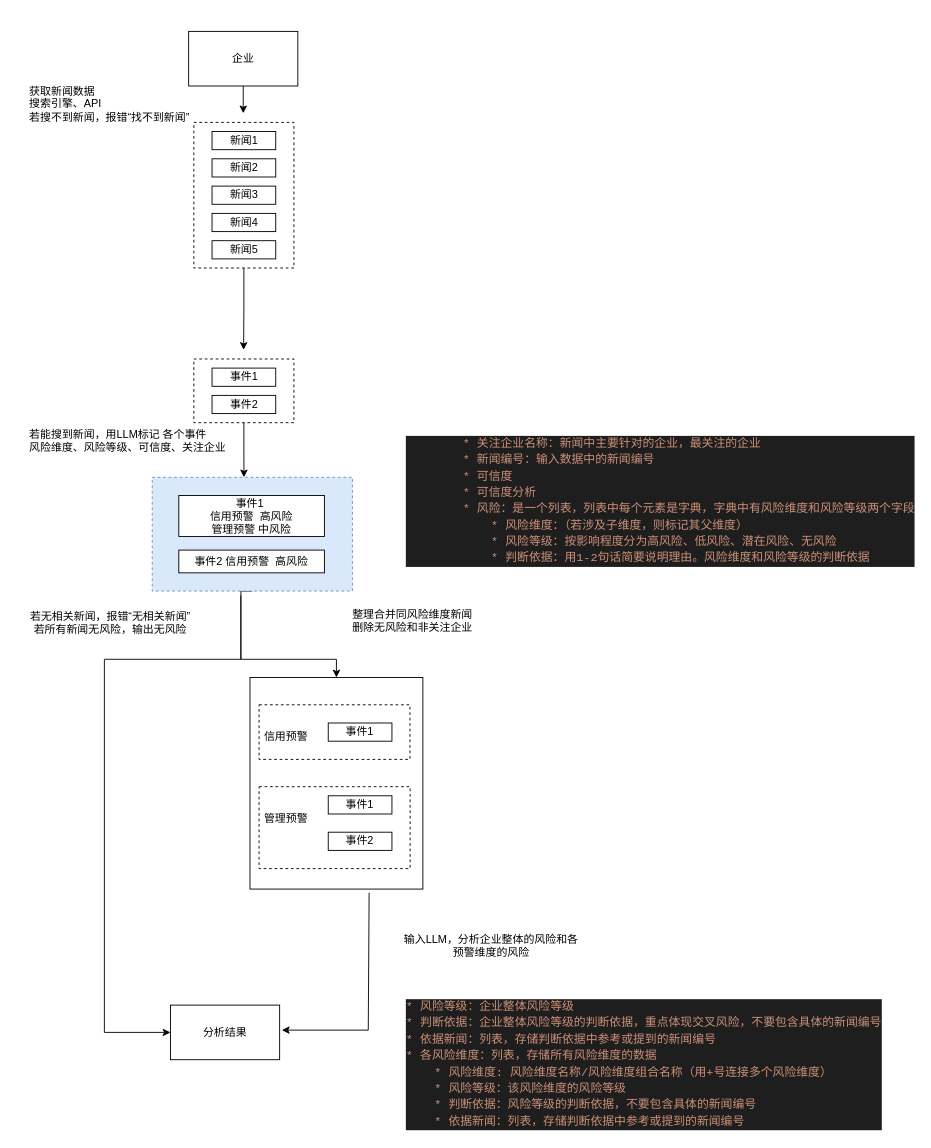
Earlier version of the draw.io diagram page "整体和各维度分析-事件版" (3 of 4) of 舆情分析.drawio (brothermaster/draw). Source tidied: cells renumbered, new cells numbered last; positions are measured from the earlier drawing's top-left corner, leaving out a move shared by most shapes. Both pictures are drawn from the tidied source at 91%, with x=0, y=0 at pixel (15, 31).
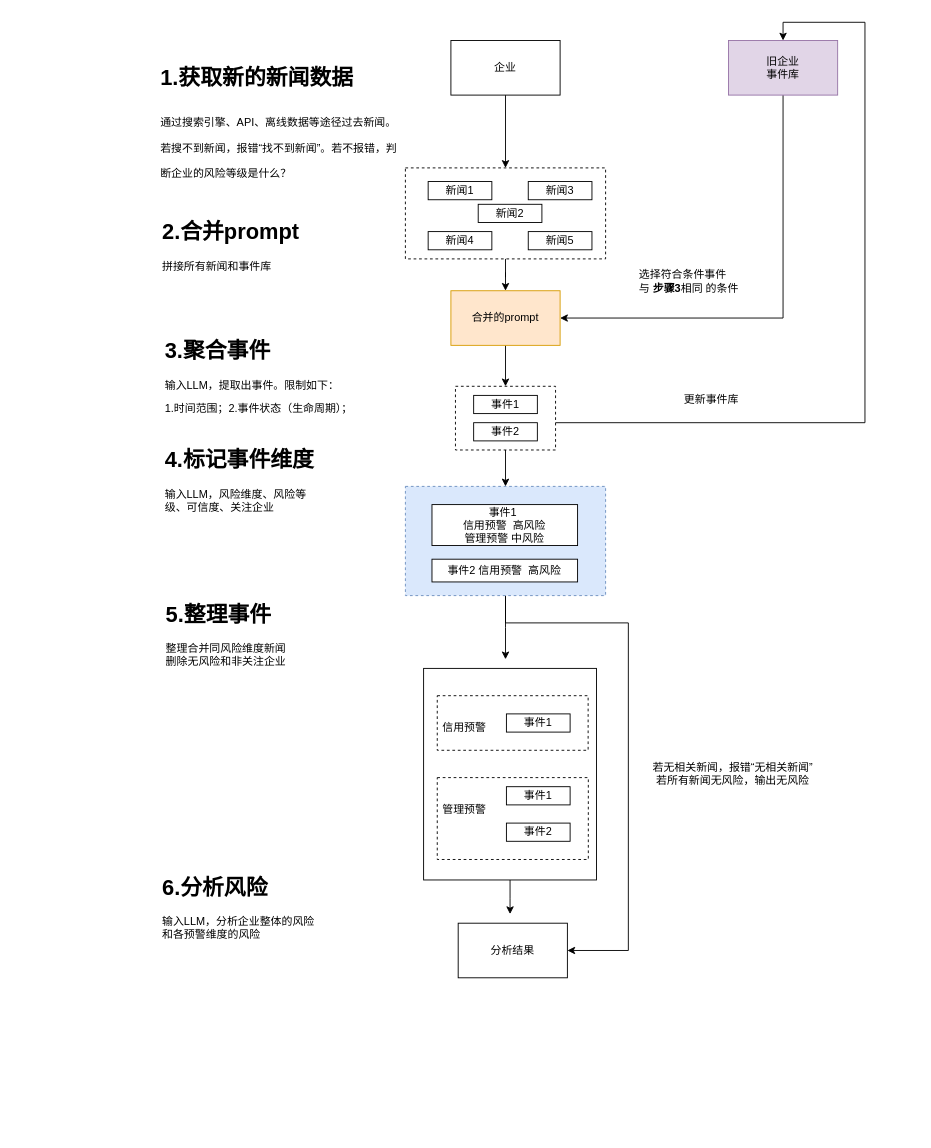
After the change.

The edit, as a diff of the source:
```diff
@@
-    <mxCell id="2" style="edgeStyle=orthogonalEdgeStyle;rounded=0;jettySize=auto;html=1;exitX=0.689;exitY=1.017;exitDx=0;exitDy=0;exitPerimeter=0;" parent="1" edge="1" source="3">
-      <mxGeometry relative="1" as="geometry">
-        <mxPoint x="293.2" y="1097.5" as="targetPoint" />
-        <Array as="points">
-          <mxPoint x="389.2" y="950" />
-          <mxPoint x="388.2" y="1098" />
-        </Array>
-      </mxGeometry>
-    </mxCell>
+    <mxCell id="37" style="edgeStyle=orthogonalEdgeStyle;rounded=0;jettySize=auto;html=1;" parent="1" edge="1" source="3">
+      <mxGeometry relative="1" as="geometry">
+        <mxPoint x="544" y="970" as="targetPoint" />
+      </mxGeometry>
+    </mxCell>
     <mxCell id="3" style="rounded=0;whiteSpace=wrap;html=1;" parent="1" vertex="1">
-      <mxGeometry x="258.2" y="710" width="190" height="232.5" as="geometry" />
+      <mxGeometry x="449" y="700" width="190" height="232.5" as="geometry" />
     </mxCell>
     <mxCell id="4" style="rounded=0;whiteSpace=wrap;html=1;dashed=1;" parent="1" vertex="1">
-      <mxGeometry x="268.2" y="830" width="166" height="90" as="geometry" />
+      <mxGeometry x="464" y="820" width="166" height="90" as="geometry" />
     </mxCell>
     <mxCell id="5" style="rounded=0;whiteSpace=wrap;html=1;dashed=1;" parent="1" vertex="1">
-      <mxGeometry x="268.2" y="740" width="165.8" height="60" as="geometry" />
+      <mxGeometry x="464" y="730" width="165.8" height="60" as="geometry" />
     </mxCell>
-    <mxCell id="6" style="edgeStyle=orthogonalEdgeStyle;rounded=0;jettySize=auto;html=1;" parent="1" edge="1" source="7">
-      <mxGeometry relative="1" as="geometry">
-        <mxPoint x="251.2" y="350" as="targetPoint" />
-      </mxGeometry>
-    </mxCell>
+    <mxCell id="38" style="edgeStyle=orthogonalEdgeStyle;rounded=0;jettySize=auto;html=1;entryX=0.5;entryY=0;entryDx=0;entryDy=0;" parent="1" edge="1" source="7" target="48">
+      <mxGeometry relative="1" as="geometry" />
+    </mxCell>
     <mxCell id="7" style="rounded=0;whiteSpace=wrap;html=1;dashed=1;fillColor=none;" parent="1" vertex="1">
-      <mxGeometry x="196.5" y="100" width="110" height="160" as="geometry" />
+      <mxGeometry x="429" y="150" width="220" height="100" as="geometry" />
     </mxCell>
     <mxCell id="8" value="新闻5" style="rounded=0;whiteSpace=wrap;html=1;" parent="1" vertex="1">
-      <mxGeometry x="216.5" y="230" width="70" height="20" as="geometry" />
+      <mxGeometry x="564" y="220" width="70" height="20" as="geometry" />
     </mxCell>
     <mxCell id="9" value="新闻4" style="rounded=0;whiteSpace=wrap;html=1;" parent="1" vertex="1">
-      <mxGeometry x="216.5" y="200" width="70" height="20" as="geometry" />
+      <mxGeometry x="454" y="220" width="70" height="20" as="geometry" />
     </mxCell>
     <mxCell id="10" value="新闻3" style="rounded=0;whiteSpace=wrap;html=1;" parent="1" vertex="1">
-      <mxGeometry x="216.5" y="170" width="70" height="20" as="geometry" />
+      <mxGeometry x="564" y="165" width="70" height="20" as="geometry" />
     </mxCell>
     <mxCell id="11" value="新闻2" style="rounded=0;whiteSpace=wrap;html=1;" parent="1" vertex="1">
-      <mxGeometry x="216.5" y="140" width="70" height="20" as="geometry" />
+      <mxGeometry x="509" y="190" width="70" height="20" as="geometry" />
     </mxCell>
     <mxCell id="12" value="新闻1" style="rounded=0;whiteSpace=wrap;html=1;" parent="1" vertex="1">
-      <mxGeometry x="216.5" y="110" width="70" height="20" as="geometry" />
+      <mxGeometry x="454" y="165" width="70" height="20" as="geometry" />
     </mxCell>
-    <mxCell id="13" value="若能搜到新闻，用LLM标记 各个事件&lt;div&gt;风险维度、风险等级、可信度、关注企业&lt;/div&gt;" style="text;html=1;align=left;verticalAlign=middle;whiteSpace=wrap;rounded=0;" parent="1" vertex="1">
-      <mxGeometry x="14" y="430" width="224.2" height="40" as="geometry" />
-    </mxCell>
     <mxCell id="14" value="信用预警" style="text;html=1;align=center;verticalAlign=middle;whiteSpace=wrap;rounded=0;" parent="1" vertex="1">
-      <mxGeometry x="268.2" y="760" width="60" height="30" as="geometry" />
+      <mxGeometry x="464" y="750" width="60" height="30" as="geometry" />
     </mxCell>
     <mxCell id="15" value="管理预警" style="text;html=1;align=center;verticalAlign=middle;whiteSpace=wrap;rounded=0;" parent="1" vertex="1">
-      <mxGeometry x="268.2" y="850" width="60" height="30" as="geometry" />
+      <mxGeometry x="464" y="840" width="60" height="30" as="geometry" />
     </mxCell>
     <mxCell id="16" value="事件1" style="rounded=0;whiteSpace=wrap;html=1;" parent="1" vertex="1">
-      <mxGeometry x="344.2" y="760" width="70" height="20" as="geometry" />
+      <mxGeometry x="540" y="750" width="70" height="20" as="geometry" />
     </mxCell>
     <mxCell id="17" value="事件1" style="rounded=0;whiteSpace=wrap;html=1;" parent="1" vertex="1">
-      <mxGeometry x="344.2" y="840" width="70" height="20" as="geometry" />
+      <mxGeometry x="540" y="830" width="70" height="20" as="geometry" />
     </mxCell>
     <mxCell id="18" value="事件2" style="rounded=0;whiteSpace=wrap;html=1;" parent="1" vertex="1">
-      <mxGeometry x="344.2" y="880" width="70" height="20" as="geometry" />
+      <mxGeometry x="540" y="870" width="70" height="20" as="geometry" />
     </mxCell>
-    <mxCell id="19" value="整理合并同风险维度新闻&lt;br&gt;删除无风险和非关注企业&lt;div&gt;&lt;br&gt;&lt;/div&gt;" style="text;html=1;align=center;verticalAlign=middle;whiteSpace=wrap;rounded=0;" parent="1" vertex="1">
-      <mxGeometry x="340" y="640" width="194" height="30" as="geometry" />
-    </mxCell>
-    <mxCell id="20" style="edgeStyle=orthogonalEdgeStyle;rounded=0;jettySize=auto;html=1;exitX=0.5;exitY=1;exitDx=0;exitDy=0;" parent="1" edge="1" source="22" target="3">
-      <mxGeometry relative="1" as="geometry">
-        <Array as="points">
-          <mxPoint x="248.2" y="615" />
-          <mxPoint x="248.2" y="690" />
-          <mxPoint x="353.2" y="690" />
-        </Array>
-      </mxGeometry>
-    </mxCell>
-    <mxCell id="21" style="edgeStyle=orthogonalEdgeStyle;rounded=0;jettySize=auto;html=1;entryX=0;entryY=0.5;entryDx=0;entryDy=0;" parent="1" edge="1" target="30">
-      <mxGeometry relative="1" as="geometry">
-        <mxPoint x="248.2" y="620" as="sourcePoint" />
-        <Array as="points">
-          <mxPoint x="248.2" y="690" />
-          <mxPoint x="98.2" y="690" />
-          <mxPoint x="98.2" y="1100" />
-        </Array>
-      </mxGeometry>
-    </mxCell>
+    <mxCell id="39" style="edgeStyle=orthogonalEdgeStyle;rounded=0;jettySize=auto;html=1;" parent="1" edge="1" source="22">
+      <mxGeometry relative="1" as="geometry">
+        <mxPoint x="539" y="690" as="targetPoint" />
+      </mxGeometry>
+    </mxCell>
+    <mxCell id="40" style="edgeStyle=orthogonalEdgeStyle;rounded=0;jettySize=auto;html=1;entryX=1;entryY=0.5;entryDx=0;entryDy=0;" parent="1" edge="1" source="22" target="30">
+      <mxGeometry relative="1" as="geometry">
+        <Array as="points">
+          <mxPoint x="539" y="650" />
+          <mxPoint x="674" y="650" />
+          <mxPoint x="674" y="1010" />
+        </Array>
+      </mxGeometry>
+    </mxCell>
     <mxCell id="22" style="rounded=0;whiteSpace=wrap;html=1;dashed=1;fillColor=#dae8fc;strokeColor=#6c8ebf;" parent="1" vertex="1">
-      <mxGeometry x="150.8" y="490" width="220" height="125" as="geometry" />
+      <mxGeometry x="429" y="500" width="220" height="120" as="geometry" />
     </mxCell>
     <mxCell id="23" value="事件2 信用预警&amp;nbsp; 高风险" style="rounded=0;whiteSpace=wrap;html=1;" parent="1" vertex="1">
-      <mxGeometry x="180" y="570" width="160" height="25" as="geometry" />
+      <mxGeometry x="458.2" y="580" width="160" height="25" as="geometry" />
     </mxCell>
     <mxCell id="24" value="事件1&amp;nbsp;&lt;div&gt;信用预警&amp;nbsp; 高风险&lt;div&gt;管理预警 中风险&lt;/div&gt;&lt;/div&gt;" style="rounded=0;whiteSpace=wrap;html=1;" parent="1" vertex="1">
-      <mxGeometry x="180" y="510" width="160" height="45" as="geometry" />
+      <mxGeometry x="458.2" y="520" width="160" height="45" as="geometry" />
     </mxCell>
-    <mxCell id="25" value="输入LLM，分析企业整体的风险和各预警维度的风险" style="text;html=1;align=center;verticalAlign=middle;whiteSpace=wrap;rounded=0;" parent="1" vertex="1">
-      <mxGeometry x="422.2" y="980" width="202.5" height="50" as="geometry" />
-    </mxCell>
-    <mxCell id="26" value="&lt;div style=&quot;color: rgb(212, 212, 212); font-family: Consolas, &amp;quot;Courier New&amp;quot;, monospace; font-size: 13px; line-height: 18px; white-space: pre;&quot;&gt;&lt;div style=&quot;&quot;&gt;&lt;div style=&quot;background-color: rgb(30, 30, 30); line-height: 18px;&quot;&gt;&lt;div&gt;&lt;span style=&quot;color: #ce9178;&quot;&gt;* 风险等级：企业整体风险等级 &lt;/span&gt;&lt;/div&gt;&lt;div&gt;&lt;span style=&quot;color: #ce9178;&quot;&gt;* 判断依据：企业整体风险等级的判断依据，重点体现交叉风险，不要包含具体的新闻编号&lt;/span&gt;&lt;/div&gt;&lt;div&gt;&lt;span style=&quot;color: #ce9178;&quot;&gt;* 依据新闻：列表，存储判断依据中参考或提到的新闻编号&lt;/span&gt;&lt;/div&gt;&lt;div&gt;&lt;span style=&quot;color: #ce9178;&quot;&gt;* 各风险维度：列表，存储所有风险维度的数据&lt;/span&gt;&lt;/div&gt;&lt;div&gt;&lt;span style=&quot;color: #ce9178;&quot;&gt;&amp;nbsp; &amp;nbsp; * 风险维度: 风险维度名称/风险维度组合名称（用+号连接多个风险维度）&lt;/span&gt;&lt;/div&gt;&lt;div&gt;&lt;span style=&quot;color: #ce9178;&quot;&gt;&amp;nbsp; &amp;nbsp; * 风险等级：该风险维度的风险等级&lt;/span&gt;&lt;/div&gt;&lt;div&gt;&lt;span style=&quot;color: #ce9178;&quot;&gt;&amp;nbsp; &amp;nbsp; * 判断依据：风险等级的判断依据，不要包含具体的新闻编号&lt;/span&gt;&lt;/div&gt;&lt;div&gt;&lt;span style=&quot;color: #ce9178;&quot;&gt;&amp;nbsp; &amp;nbsp; * 依据新闻：列表，存储判断依据中参考或提到的新闻编号&lt;/span&gt;&lt;/div&gt;&lt;/div&gt;&lt;/div&gt;&lt;/div&gt;" style="rounded=0;whiteSpace=wrap;html=1;align=left;strokeColor=none;" parent="1" vertex="1">
-      <mxGeometry x="428.2" y="1060" width="520" height="150" as="geometry" />
-    </mxCell>
-    <mxCell id="27" value="&lt;div style=&quot;color: #d4d4d4;background-color: #1e1e1e;font-family: Consolas, 'Courier New', monospace;font-weight: normal;font-size: 13px;line-height: 18px;white-space: pre;&quot;&gt;&lt;div&gt;&lt;span style=&quot;color: #ce9178;&quot;&gt;&amp;nbsp; &amp;nbsp; &amp;nbsp; &amp;nbsp; * 关注企业名称：新闻中主要针对的企业，最关注的企业&lt;/span&gt;&lt;/div&gt;&lt;div&gt;&lt;span style=&quot;color: #ce9178;&quot;&gt;&amp;nbsp; &amp;nbsp; &amp;nbsp; &amp;nbsp; * 新闻编号：输入数据中的新闻编号&lt;/span&gt;&lt;/div&gt;&lt;div&gt;&lt;span style=&quot;color: #ce9178;&quot;&gt;&amp;nbsp; &amp;nbsp; &amp;nbsp; &amp;nbsp; * 可信度&lt;/span&gt;&lt;/div&gt;&lt;div&gt;&lt;span style=&quot;color: #ce9178;&quot;&gt;&amp;nbsp; &amp;nbsp; &amp;nbsp; &amp;nbsp; * 可信度分析&lt;/span&gt;&lt;/div&gt;&lt;div&gt;&lt;span style=&quot;color: #ce9178;&quot;&gt;&amp;nbsp; &amp;nbsp; &amp;nbsp; &amp;nbsp; * 风险：是一个列表，列表中每个元素是字典，字典中有风险维度和风险等级两个字段&lt;/span&gt;&lt;/div&gt;&lt;div&gt;&lt;span style=&quot;color: #ce9178;&quot;&gt;&amp;nbsp; &amp;nbsp; &amp;nbsp; &amp;nbsp; &amp;nbsp; &amp;nbsp; * 风险维度：（若涉及子维度，则标记其父维度）&lt;/span&gt;&lt;/div&gt;&lt;div&gt;&lt;span style=&quot;color: #ce9178;&quot;&gt;&amp;nbsp; &amp;nbsp; &amp;nbsp; &amp;nbsp; &amp;nbsp; &amp;nbsp; * 风险等级：按影响程度分为高风险、低风险、潜在风险、无风险&lt;/span&gt;&lt;/div&gt;&lt;div&gt;&lt;span style=&quot;color: #ce9178;&quot;&gt;&amp;nbsp; &amp;nbsp; &amp;nbsp; &amp;nbsp; &amp;nbsp; &amp;nbsp; * 判断依据：用1-2句话简要说明理由。风险维度和风险等级的判断依据&lt;/span&gt;&lt;/div&gt;&lt;/div&gt;" style="text;whiteSpace=wrap;html=1;" parent="1" vertex="1">
-      <mxGeometry x="428.2" y="437.5" width="560" height="170" as="geometry" />
-    </mxCell>
-    <mxCell id="28" style="edgeStyle=orthogonalEdgeStyle;rounded=0;jettySize=auto;html=1;" parent="1" edge="1" source="29">
-      <mxGeometry relative="1" as="geometry">
-        <mxPoint x="250.8" y="90" as="targetPoint" />
-      </mxGeometry>
-    </mxCell>
+    <mxCell id="41" style="edgeStyle=orthogonalEdgeStyle;rounded=0;jettySize=auto;html=1;entryX=0.5;entryY=0;entryDx=0;entryDy=0;" parent="1" edge="1" source="29" target="7">
+      <mxGeometry relative="1" as="geometry" />
+    </mxCell>
     <mxCell id="29" value="企业" style="rounded=0;whiteSpace=wrap;html=1;" parent="1" vertex="1">
-      <mxGeometry x="190.8" width="120" height="60" as="geometry" />
+      <mxGeometry x="479" y="10" width="120" height="60" as="geometry" />
     </mxCell>
     <mxCell id="30" value="分析结果" style="rounded=0;whiteSpace=wrap;html=1;" parent="1" vertex="1">
-      <mxGeometry x="170.8" y="1070" width="120" height="60" as="geometry" />
+      <mxGeometry x="487" y="980" width="120" height="60" as="geometry" />
     </mxCell>
     <mxCell id="31" value="若无相关新闻，报错“无相关新闻”&lt;br&gt;若所有新闻无风险，输出无风险" style="text;html=1;align=center;verticalAlign=middle;whiteSpace=wrap;rounded=0;" parent="1" vertex="1">
-      <mxGeometry x="0.2" y="630" width="210" height="40" as="geometry" />
+      <mxGeometry x="684" y="796.2" width="210" height="40" as="geometry" />
     </mxCell>
-    <mxCell id="32" value="&lt;div&gt;获取新闻数据&lt;div&gt;搜索引擎、API&lt;/div&gt;&lt;/div&gt;若搜不到新闻，报错“找不到新闻”" style="text;html=1;align=left;verticalAlign=middle;whiteSpace=wrap;rounded=0;" parent="1" vertex="1">
-      <mxGeometry x="14" y="60" width="182.5" height="40" as="geometry" />
-    </mxCell>
+    <mxCell id="42" style="edgeStyle=orthogonalEdgeStyle;rounded=0;jettySize=auto;html=1;entryX=0.5;entryY=0;entryDx=0;entryDy=0;" parent="1" edge="1" source="33" target="45">
+      <mxGeometry relative="1" as="geometry">
+        <Array as="points">
+          <mxPoint x="934" y="430" />
+          <mxPoint x="934" y="-10" />
+          <mxPoint x="844" y="-10" />
+        </Array>
+      </mxGeometry>
+    </mxCell>
+    <mxCell id="36" style="edgeStyle=orthogonalEdgeStyle;rounded=0;jettySize=auto;html=1;entryX=0.5;entryY=0;entryDx=0;entryDy=0;" parent="1" edge="1" source="33" target="22">
+      <mxGeometry relative="1" as="geometry" />
+    </mxCell>
     <mxCell id="33" style="rounded=0;whiteSpace=wrap;html=1;dashed=1;fillColor=none;" parent="1" vertex="1">
-      <mxGeometry x="196.5" y="360" width="110" height="70" as="geometry" />
+      <mxGeometry x="484" y="390" width="110" height="70" as="geometry" />
     </mxCell>
     <mxCell id="34" value="事件2" style="rounded=0;whiteSpace=wrap;html=1;" parent="1" vertex="1">
-      <mxGeometry x="216.5" y="400" width="70" height="20" as="geometry" />
+      <mxGeometry x="504" y="430" width="70" height="20" as="geometry" />
     </mxCell>
     <mxCell id="35" value="事件1" style="rounded=0;whiteSpace=wrap;html=1;" parent="1" vertex="1">
-      <mxGeometry x="216.5" y="370" width="70" height="20" as="geometry" />
+      <mxGeometry x="504" y="400" width="70" height="20" as="geometry" />
     </mxCell>
-    <mxCell id="36" style="edgeStyle=orthogonalEdgeStyle;rounded=0;jettySize=auto;html=1;entryX=0.458;entryY=0;entryDx=0;entryDy=0;entryPerimeter=0;" parent="1" edge="1" source="33" target="22">
-      <mxGeometry relative="1" as="geometry" />
-    </mxCell>
+    <mxCell id="43" value="&lt;h1 style=&quot;margin-top: 0px;&quot;&gt;3.聚合事件&lt;/h1&gt;&lt;p&gt;输入LLM，提取出事件。&lt;span style=&quot;background-color: transparent; color: light-dark(rgb(0, 0, 0), rgb(255, 255, 255));&quot;&gt;限制如下：&lt;/span&gt;&lt;/p&gt;&lt;p&gt;1.时间范围；2.事件状态（生命周期）；&lt;/p&gt;" style="text;html=1;whiteSpace=wrap;overflow=hidden;rounded=0;" parent="1" vertex="1">
+      <mxGeometry x="162.6" y="330" width="285.6" height="130" as="geometry" />
+    </mxCell>
+    <mxCell id="44" style="edgeStyle=orthogonalEdgeStyle;rounded=0;jettySize=auto;html=1;entryX=1;entryY=0.5;entryDx=0;entryDy=0;" parent="1" edge="1" source="45" target="48">
+      <mxGeometry relative="1" as="geometry">
+        <Array as="points">
+          <mxPoint x="844" y="315" />
+        </Array>
+      </mxGeometry>
+    </mxCell>
+    <mxCell id="45" value="旧企业&lt;div&gt;事件库&lt;/div&gt;" style="rounded=0;whiteSpace=wrap;html=1;fillColor=#e1d5e7;strokeColor=#9673a6;" parent="1" vertex="1">
+      <mxGeometry x="784" y="10" width="120" height="60" as="geometry" />
+    </mxCell>
+    <mxCell id="46" value="&lt;h1 style=&quot;margin-top: 0px;&quot;&gt;1.获取新的新闻数据&lt;/h1&gt;&lt;h1 style=&quot;margin-top: 0px;&quot;&gt;&lt;span style=&quot;background-color: transparent; color: light-dark(rgb(0, 0, 0), rgb(255, 255, 255)); font-size: 12px; font-weight: normal;&quot;&gt;通过搜索引擎、API、离线数据等途径过去新闻。&lt;/span&gt;&lt;span style=&quot;background-color: transparent; color: light-dark(rgb(0, 0, 0), rgb(255, 255, 255)); font-size: 12px; font-weight: normal;&quot;&gt;若搜不到新闻，报错“找不到新闻”。&lt;/span&gt;&lt;span style=&quot;background-color: transparent; color: light-dark(rgb(0, 0, 0), rgb(255, 255, 255)); font-size: 12px; font-weight: normal;&quot;&gt;若不报错，判断企业的风险等级是什么？&lt;/span&gt;&lt;/h1&gt;" style="text;html=1;whiteSpace=wrap;overflow=hidden;rounded=0;" parent="1" vertex="1">
+      <mxGeometry x="158.4" y="30" width="265.6" height="140" as="geometry" />
+    </mxCell>
+    <mxCell id="47" style="edgeStyle=orthogonalEdgeStyle;rounded=0;jettySize=auto;html=1;entryX=0.5;entryY=0;entryDx=0;entryDy=0;" parent="1" edge="1" source="48" target="33">
+      <mxGeometry relative="1" as="geometry" />
+    </mxCell>
+    <mxCell id="48" value="合并的prompt" style="rounded=0;whiteSpace=wrap;html=1;fillColor=#ffe6cc;strokeColor=#d79b00;" parent="1" vertex="1">
+      <mxGeometry x="479" y="285" width="120" height="60" as="geometry" />
+    </mxCell>
+    <mxCell id="49" value="更新事件库" style="text;html=1;align=center;verticalAlign=middle;whiteSpace=wrap;rounded=0;" parent="1" vertex="1">
+      <mxGeometry x="704" y="390" width="123" height="30" as="geometry" />
+    </mxCell>
+    <mxCell id="50" value="&lt;h1 style=&quot;margin-top: 0px;&quot;&gt;2.合并prompt&lt;/h1&gt;&lt;p&gt;拼接所有新闻和事件库&lt;/p&gt;" style="text;html=1;whiteSpace=wrap;overflow=hidden;rounded=0;" parent="1" vertex="1">
+      <mxGeometry x="160" y="200" width="174" height="70" as="geometry" />
+    </mxCell>
+    <mxCell id="51" value="&lt;h1 style=&quot;margin-top: 0px;&quot;&gt;5.整理事件&lt;/h1&gt;&lt;p&gt;&lt;span style=&quot;text-align: center;&quot;&gt;整理合并同风险维度新闻&lt;/span&gt;&lt;br style=&quot;text-align: center;&quot;&gt;&lt;span style=&quot;text-align: center;&quot;&gt;删除无风险和非关注企业&lt;/span&gt;&lt;/p&gt;" style="text;html=1;whiteSpace=wrap;overflow=hidden;rounded=0;" parent="1" vertex="1">
+      <mxGeometry x="164" y="620" width="180" height="120" as="geometry" />
+    </mxCell>
+    <mxCell id="52" value="&lt;h1 style=&quot;margin-top: 0px;&quot;&gt;4.标记事件维度&lt;/h1&gt;&lt;p&gt;&lt;span style=&quot;background-color: transparent; color: light-dark(rgb(0, 0, 0), rgb(255, 255, 255));&quot;&gt;输入LLM，风险维度、风险等级、可信度、关注企业&lt;/span&gt;&lt;/p&gt;" style="text;html=1;whiteSpace=wrap;overflow=hidden;rounded=0;" parent="1" vertex="1">
+      <mxGeometry x="162.6" y="450" width="180" height="120" as="geometry" />
+    </mxCell>
+    <mxCell id="53" value="&lt;h1 style=&quot;margin-top: 0px;&quot;&gt;6.分析风险&lt;/h1&gt;&lt;p&gt;&lt;span style=&quot;text-align: center;&quot;&gt;输入LLM，分析企业整体的风险和各预警维度的风险&lt;/span&gt;&lt;/p&gt;" style="text;html=1;whiteSpace=wrap;overflow=hidden;rounded=0;" parent="1" vertex="1">
+      <mxGeometry x="160" y="920" width="180" height="120" as="geometry" />
+    </mxCell>
+    <mxCell id="54" value="选择符合条件事件&lt;div&gt;与 &lt;b&gt;步骤3&lt;/b&gt;相同 的条件&lt;/div&gt;" style="text;html=1;align=left;verticalAlign=middle;whiteSpace=wrap;rounded=0;" parent="1" vertex="1">
+      <mxGeometry x="684" y="240" width="150" height="70" as="geometry" />
+    </mxCell>
```
